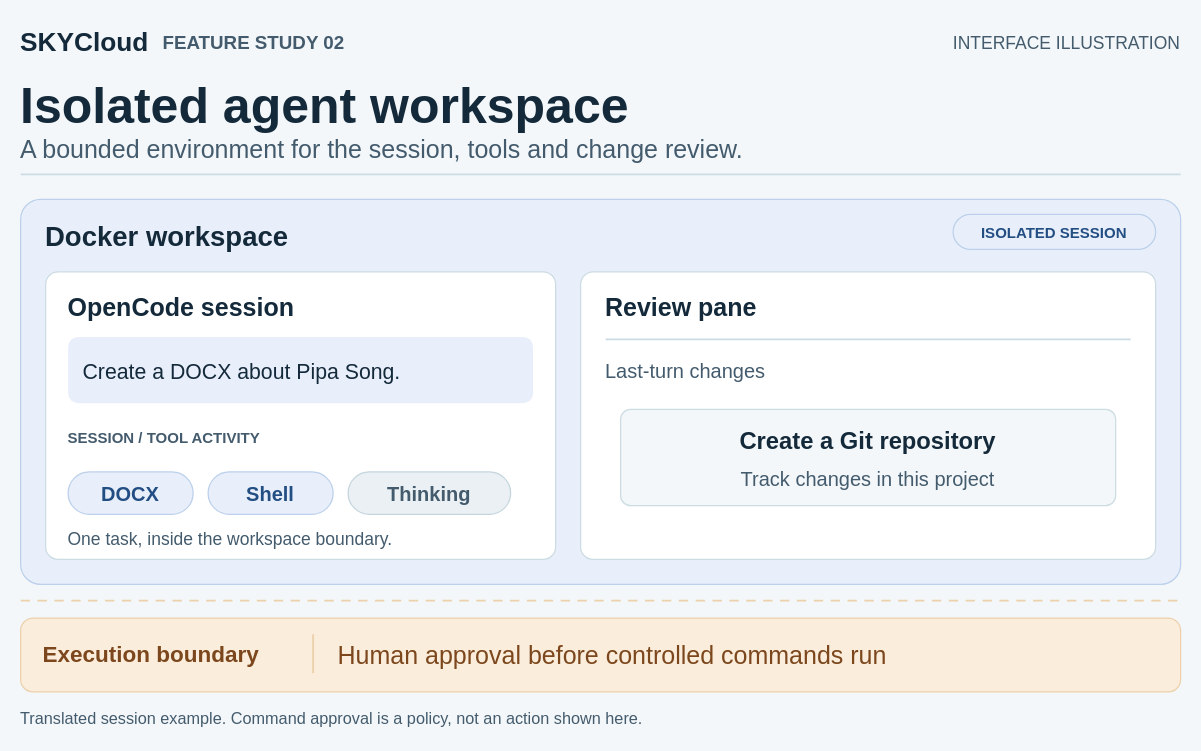
The draw.io diagram page "Isolated agent workspace" (4 of 11) of design/projects/sky-cloud/sky-cloud.drawio in TianyaSKY/tianyasky.github.io, before the edit. Source tidied: cells renumbered, new cells numbered last; positions are measured from the earlier drawing's top-left corner, leaving out a move shared by most shapes. Both pictures are drawn from the tidied source at 125%, with x=0, y=0 at pixel (20, 20).
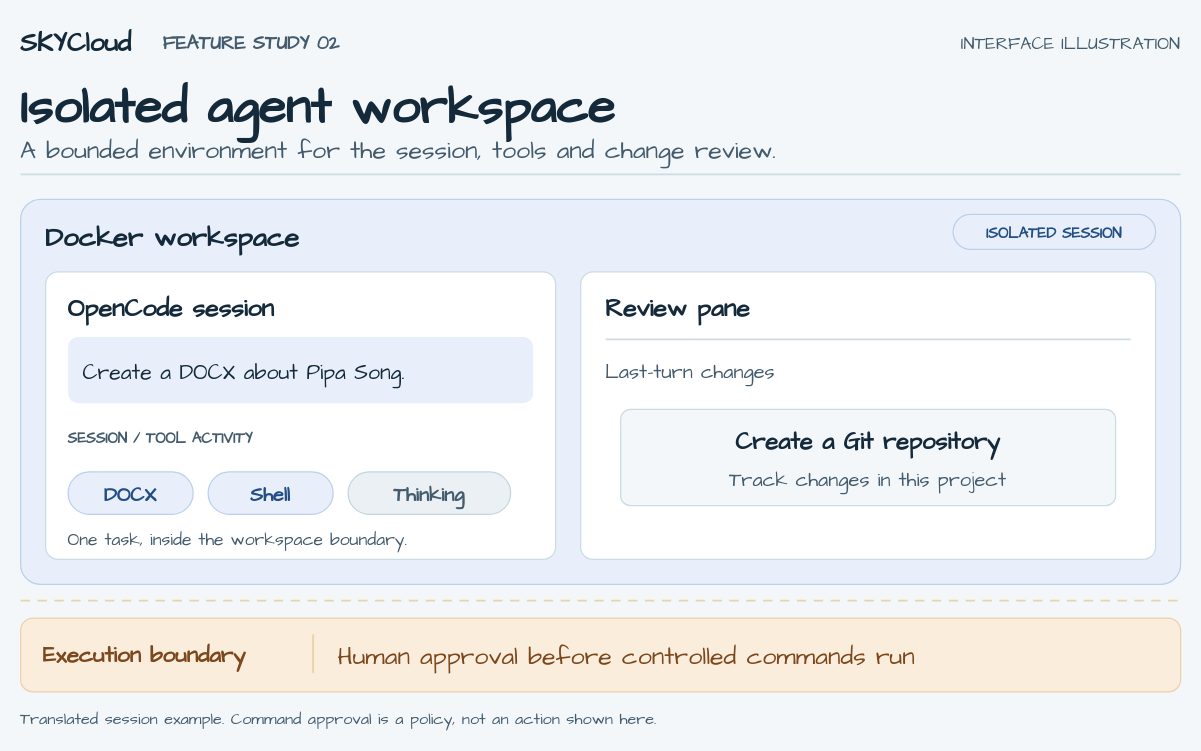
The same diagram, later.

Unchanged cells that the change refers to:
```xml
<mxCell id="10" style="group;html=0;" parent="1" vertex="1">
  <mxGeometry x="746" y="155" width="162" height="28" as="geometry" />
</mxCell>
<mxCell id="18" style="group;html=0;" parent="1" vertex="1">
  <mxGeometry x="38" y="361" width="100" height="34" as="geometry" />
</mxCell>
<mxCell id="21" style="group;html=0;" parent="1" vertex="1">
  <mxGeometry x="150" y="361" width="100" height="34" as="geometry" />
</mxCell>
<mxCell id="24" style="group;html=0;" parent="1" vertex="1">
  <mxGeometry x="262" y="361" width="130" height="34" as="geometry" />
</mxCell>
```

Change to the diagram source:
```diff
@@
-    <mxCell id="2" value="SKYCloud" style="text;html=0;whiteSpace=nowrap;strokeColor=none;fillColor=none;spacing=0;align=left;verticalAlign=middle;fontFamily=Arial, Helvetica, sans-serif;fontSize=21;fontColor=#142A3B;fontStyle=1;" parent="1" vertex="1">
+    <mxCell id="2" value="SKYCloud" style="text;html=0;whiteSpace=nowrap;strokeColor=none;fillColor=none;spacing=0;align=left;verticalAlign=middle;fontFamily=Comic Sans MS, Comic Neue, Noto Sans SC, sans-serif;fontSize=21;fontColor=#142A3B;fontStyle=1;" parent="1" vertex="1">
       <mxGeometry width="120" height="30" as="geometry" />
     </mxCell>
-    <mxCell id="3" value="FEATURE STUDY 02" style="text;html=0;whiteSpace=nowrap;strokeColor=none;fillColor=none;spacing=0;align=left;verticalAlign=middle;fontFamily=Excalifont;fontSize=15;fontColor=#435B6D;fontStyle=1;" parent="1" vertex="1">
+    <mxCell id="3" value="FEATURE STUDY 02" style="text;html=0;whiteSpace=nowrap;strokeColor=none;fillColor=none;spacing=0;align=left;verticalAlign=middle;fontFamily=Comic Sans MS, Comic Neue, Noto Sans SC, sans-serif;fontSize=15;fontColor=#435B6D;fontStyle=1;" parent="1" vertex="1">
       <mxGeometry x="114" y="5" width="450" height="24" as="geometry" />
     </mxCell>
-    <mxCell id="4" value="INTERFACE ILLUSTRATION" style="text;html=0;whiteSpace=nowrap;strokeColor=none;fillColor=none;spacing=0;align=right;verticalAlign=middle;fontFamily=Excalifont;fontSize=14;fontColor=#435B6D;fontStyle=0;" parent="1" vertex="1">
+    <mxCell id="4" value="INTERFACE ILLUSTRATION" style="text;html=0;whiteSpace=nowrap;strokeColor=none;fillColor=none;spacing=0;align=right;verticalAlign=middle;fontFamily=Comic Sans MS, Comic Neue, Noto Sans SC, sans-serif;fontSize=14;fontColor=#435B6D;fontStyle=0;" parent="1" vertex="1">
       <mxGeometry x="624" y="5" width="304" height="24" as="geometry" />
     </mxCell>
-    <mxCell id="5" value="Isolated agent workspace" style="text;html=0;whiteSpace=nowrap;strokeColor=none;fillColor=none;spacing=0;align=left;verticalAlign=middle;fontFamily=Excalifont;fontSize=40;fontColor=#142A3B;fontStyle=1;" parent="1" vertex="1">
+    <mxCell id="5" value="Isolated agent workspace" style="text;html=0;whiteSpace=nowrap;strokeColor=none;fillColor=none;spacing=0;align=left;verticalAlign=middle;fontFamily=Comic Sans MS, Comic Neue, Noto Sans SC, sans-serif;fontSize=40;fontColor=#142A3B;fontStyle=1;" parent="1" vertex="1">
       <mxGeometry y="39" width="928" height="48" as="geometry" />
     </mxCell>
-    <mxCell id="6" value="A bounded environment for the session, tools and change review." style="text;html=0;whiteSpace=nowrap;strokeColor=none;fillColor=none;spacing=0;align=left;verticalAlign=middle;fontFamily=Excalifont;fontSize=20;fontColor=#435B6D;fontStyle=0;" parent="1" vertex="1">
+    <mxCell id="6" value="A bounded environment for the session, tools and change review." style="text;html=0;whiteSpace=nowrap;strokeColor=none;fillColor=none;spacing=0;align=left;verticalAlign=middle;fontFamily=Comic Sans MS, Comic Neue, Noto Sans SC, sans-serif;fontSize=20;fontColor=#435B6D;fontStyle=0;" parent="1" vertex="1">
       <mxGeometry y="89" width="928" height="25" as="geometry" />
     </mxCell>
@@
-    <mxCell id="9" value="Docker workspace" style="text;html=0;whiteSpace=nowrap;strokeColor=none;fillColor=none;spacing=0;align=left;verticalAlign=middle;fontFamily=Excalifont;fontSize=22;fontColor=#142A3B;fontStyle=1;" parent="1" vertex="1">
+    <mxCell id="9" value="Docker workspace" style="text;html=0;whiteSpace=nowrap;strokeColor=none;fillColor=none;spacing=0;align=left;verticalAlign=middle;fontFamily=Comic Sans MS, Comic Neue, Noto Sans SC, sans-serif;fontSize=22;fontColor=#142A3B;fontStyle=1;" parent="1" vertex="1">
       <mxGeometry x="20" y="156" width="470" height="29" as="geometry" />
     </mxCell>
@@
-    <mxCell id="12" value="ISOLATED SESSION" style="text;html=0;whiteSpace=nowrap;strokeColor=none;fillColor=none;spacing=0;align=center;verticalAlign=middle;fontFamily=Excalifont;fontSize=12;fontColor=#234E83;fontStyle=1;" parent="10" vertex="1">
+    <mxCell id="12" value="ISOLATED SESSION" style="text;html=0;whiteSpace=nowrap;strokeColor=none;fillColor=none;spacing=0;align=center;verticalAlign=middle;fontFamily=Comic Sans MS, Comic Neue, Noto Sans SC, sans-serif;fontSize=12;fontColor=#234E83;fontStyle=1;" parent="10" vertex="1">
       <mxGeometry x="4" width="154" height="28" as="geometry" />
     </mxCell>
@@
-    <mxCell id="14" value="OpenCode session" style="text;html=0;whiteSpace=nowrap;strokeColor=none;fillColor=none;spacing=0;align=left;verticalAlign=middle;fontFamily=Excalifont;fontSize=20;fontColor=#142A3B;fontStyle=1;" parent="1" vertex="1">
+    <mxCell id="14" value="OpenCode session" style="text;html=0;whiteSpace=nowrap;strokeColor=none;fillColor=none;spacing=0;align=left;verticalAlign=middle;fontFamily=Comic Sans MS, Comic Neue, Noto Sans SC, sans-serif;fontSize=20;fontColor=#142A3B;fontStyle=1;" parent="1" vertex="1">
       <mxGeometry x="38" y="214" width="372" height="28" as="geometry" />
     </mxCell>
@@
-    <mxCell id="16" value="Create a DOCX about Pipa Song." style="text;html=0;whiteSpace=nowrap;strokeColor=none;fillColor=none;spacing=0;align=left;verticalAlign=middle;fontFamily=Excalifont;fontSize=17;fontColor=#142A3B;fontStyle=0;" parent="1" vertex="1">
+    <mxCell id="16" value="Create a DOCX about Pipa Song." style="text;html=0;whiteSpace=nowrap;strokeColor=none;fillColor=none;spacing=0;align=left;verticalAlign=middle;fontFamily=Comic Sans MS, Comic Neue, Noto Sans SC, sans-serif;fontSize=17;fontColor=#142A3B;fontStyle=0;" parent="1" vertex="1">
       <mxGeometry x="50" y="262" width="348" height="35" as="geometry" />
     </mxCell>
-    <mxCell id="17" value="SESSION / TOOL ACTIVITY" style="text;html=0;whiteSpace=nowrap;strokeColor=none;fillColor=none;spacing=0;align=left;verticalAlign=middle;fontFamily=Excalifont;fontSize=12;fontColor=#435B6D;fontStyle=1;" parent="1" vertex="1">
+    <mxCell id="17" value="SESSION / TOOL ACTIVITY" style="text;html=0;whiteSpace=nowrap;strokeColor=none;fillColor=none;spacing=0;align=left;verticalAlign=middle;fontFamily=Comic Sans MS, Comic Neue, Noto Sans SC, sans-serif;fontSize=12;fontColor=#435B6D;fontStyle=1;" parent="1" vertex="1">
       <mxGeometry x="38" y="322" width="372" height="23" as="geometry" />
     </mxCell>
@@
-    <mxCell id="20" value="DOCX" style="text;html=0;whiteSpace=nowrap;strokeColor=none;fillColor=none;spacing=0;align=center;verticalAlign=middle;fontFamily=Excalifont;fontSize=16;fontColor=#234E83;fontStyle=1;" parent="18" vertex="1">
+    <mxCell id="20" value="DOCX" style="text;html=0;whiteSpace=nowrap;strokeColor=none;fillColor=none;spacing=0;align=center;verticalAlign=middle;fontFamily=Comic Sans MS, Comic Neue, Noto Sans SC, sans-serif;fontSize=16;fontColor=#234E83;fontStyle=1;" parent="18" vertex="1">
       <mxGeometry x="4" width="92" height="34" as="geometry" />
     </mxCell>
@@
-    <mxCell id="23" value="Shell" style="text;html=0;whiteSpace=nowrap;strokeColor=none;fillColor=none;spacing=0;align=center;verticalAlign=middle;fontFamily=Excalifont;fontSize=16;fontColor=#234E83;fontStyle=1;" parent="21" vertex="1">
+    <mxCell id="23" value="Shell" style="text;html=0;whiteSpace=nowrap;strokeColor=none;fillColor=none;spacing=0;align=center;verticalAlign=middle;fontFamily=Comic Sans MS, Comic Neue, Noto Sans SC, sans-serif;fontSize=16;fontColor=#234E83;fontStyle=1;" parent="21" vertex="1">
       <mxGeometry x="4" width="92" height="34" as="geometry" />
     </mxCell>
@@
-    <mxCell id="26" value="Thinking" style="text;html=0;whiteSpace=nowrap;strokeColor=none;fillColor=none;spacing=0;align=center;verticalAlign=middle;fontFamily=Excalifont;fontSize=16;fontColor=#435B6D;fontStyle=1;" parent="24" vertex="1">
+    <mxCell id="26" value="Thinking" style="text;html=0;whiteSpace=nowrap;strokeColor=none;fillColor=none;spacing=0;align=center;verticalAlign=middle;fontFamily=Comic Sans MS, Comic Neue, Noto Sans SC, sans-serif;fontSize=16;fontColor=#435B6D;fontStyle=1;" parent="24" vertex="1">
       <mxGeometry x="4" width="122" height="34" as="geometry" />
     </mxCell>
-    <mxCell id="27" value="One task, inside the workspace boundary." style="text;html=0;whiteSpace=nowrap;strokeColor=none;fillColor=none;spacing=0;align=left;verticalAlign=middle;fontFamily=Excalifont;fontSize=14;fontColor=#435B6D;fontStyle=0;" parent="1" vertex="1">
+    <mxCell id="27" value="One task, inside the workspace boundary." style="text;html=0;whiteSpace=nowrap;strokeColor=none;fillColor=none;spacing=0;align=left;verticalAlign=middle;fontFamily=Comic Sans MS, Comic Neue, Noto Sans SC, sans-serif;fontSize=14;fontColor=#435B6D;fontStyle=0;" parent="1" vertex="1">
       <mxGeometry x="38" y="404" width="372" height="20" as="geometry" />
     </mxCell>
@@
-    <mxCell id="29" value="Review pane" style="text;html=0;whiteSpace=nowrap;strokeColor=none;fillColor=none;spacing=0;align=left;verticalAlign=middle;fontFamily=Excalifont;fontSize=20;fontColor=#142A3B;fontStyle=1;" parent="1" vertex="1">
+    <mxCell id="29" value="Review pane" style="text;html=0;whiteSpace=nowrap;strokeColor=none;fillColor=none;spacing=0;align=left;verticalAlign=middle;fontFamily=Comic Sans MS, Comic Neue, Noto Sans SC, sans-serif;fontSize=20;fontColor=#142A3B;fontStyle=1;" parent="1" vertex="1">
       <mxGeometry x="468" y="214" width="420" height="28" as="geometry" />
     </mxCell>
@@
-    <mxCell id="31" value="Last-turn changes" style="text;html=0;whiteSpace=nowrap;strokeColor=none;fillColor=none;spacing=0;align=left;verticalAlign=middle;fontFamily=Excalifont;fontSize=16;fontColor=#435B6D;fontStyle=0;" parent="1" vertex="1">
+    <mxCell id="31" value="Last-turn changes" style="text;html=0;whiteSpace=nowrap;strokeColor=none;fillColor=none;spacing=0;align=left;verticalAlign=middle;fontFamily=Comic Sans MS, Comic Neue, Noto Sans SC, sans-serif;fontSize=16;fontColor=#435B6D;fontStyle=0;" parent="1" vertex="1">
       <mxGeometry x="468" y="267" width="420" height="25" as="geometry" />
     </mxCell>
@@
-    <mxCell id="33" value="Create a Git repository" style="text;html=0;whiteSpace=nowrap;strokeColor=none;fillColor=none;spacing=0;align=center;verticalAlign=middle;fontFamily=Excalifont;fontSize=19;fontColor=#142A3B;fontStyle=1;" parent="1" vertex="1">
+    <mxCell id="33" value="Create a Git repository" style="text;html=0;whiteSpace=nowrap;strokeColor=none;fillColor=none;spacing=0;align=center;verticalAlign=middle;fontFamily=Comic Sans MS, Comic Neue, Noto Sans SC, sans-serif;fontSize=19;fontColor=#142A3B;fontStyle=1;" parent="1" vertex="1">
       <mxGeometry x="496" y="322" width="364" height="26" as="geometry" />
     </mxCell>
-    <mxCell id="34" value="Track changes in this project" style="text;html=0;whiteSpace=nowrap;strokeColor=none;fillColor=none;spacing=0;align=center;verticalAlign=middle;fontFamily=Excalifont;fontSize=16;fontColor=#435B6D;fontStyle=0;" parent="1" vertex="1">
+    <mxCell id="34" value="Track changes in this project" style="text;html=0;whiteSpace=nowrap;strokeColor=none;fillColor=none;spacing=0;align=center;verticalAlign=middle;fontFamily=Comic Sans MS, Comic Neue, Noto Sans SC, sans-serif;fontSize=16;fontColor=#435B6D;fontStyle=0;" parent="1" vertex="1">
       <mxGeometry x="496" y="354" width="364" height="23" as="geometry" />
     </mxCell>
@@
-    <mxCell id="37" value="Execution boundary" style="text;html=0;whiteSpace=nowrap;strokeColor=none;fillColor=none;spacing=0;align=left;verticalAlign=middle;fontFamily=Excalifont;fontSize=18;fontColor=#7C471C;fontStyle=1;" parent="1" vertex="1">
+    <mxCell id="37" value="Execution boundary" style="text;html=0;whiteSpace=nowrap;strokeColor=none;fillColor=none;spacing=0;align=left;verticalAlign=middle;fontFamily=Comic Sans MS, Comic Neue, Noto Sans SC, sans-serif;fontSize=18;fontColor=#7C471C;fontStyle=1;" parent="1" vertex="1">
       <mxGeometry x="18" y="491" width="200" height="29" as="geometry" />
     </mxCell>
@@
-    <mxCell id="39" value="Human approval before controlled commands run" style="text;html=0;whiteSpace=nowrap;strokeColor=none;fillColor=none;spacing=0;align=left;verticalAlign=middle;fontFamily=Excalifont;fontSize=20;fontColor=#7C471C;fontStyle=0;" parent="1" vertex="1">
+    <mxCell id="39" value="Human approval before controlled commands run" style="text;html=0;whiteSpace=nowrap;strokeColor=none;fillColor=none;spacing=0;align=left;verticalAlign=middle;fontFamily=Comic Sans MS, Comic Neue, Noto Sans SC, sans-serif;fontSize=20;fontColor=#7C471C;fontStyle=0;" parent="1" vertex="1">
       <mxGeometry x="254" y="491" width="650" height="30" as="geometry" />
     </mxCell>
-    <mxCell id="40" value="Translated session example. Command approval is a policy, not an action shown here." style="text;html=0;whiteSpace=nowrap;strokeColor=none;fillColor=none;spacing=0;align=left;verticalAlign=middle;fontFamily=Excalifont;fontSize=13;fontColor=#435B6D;fontStyle=0;" parent="1" vertex="1">
+    <mxCell id="40" value="Translated session example. Command approval is a policy, not an action shown here." style="text;html=0;whiteSpace=nowrap;strokeColor=none;fillColor=none;spacing=0;align=left;verticalAlign=middle;fontFamily=Comic Sans MS, Comic Neue, Noto Sans SC, sans-serif;fontSize=13;fontColor=#435B6D;fontStyle=0;" parent="1" vertex="1">
       <mxGeometry y="548" width="928" height="19" as="geometry" />
     </mxCell>
```
